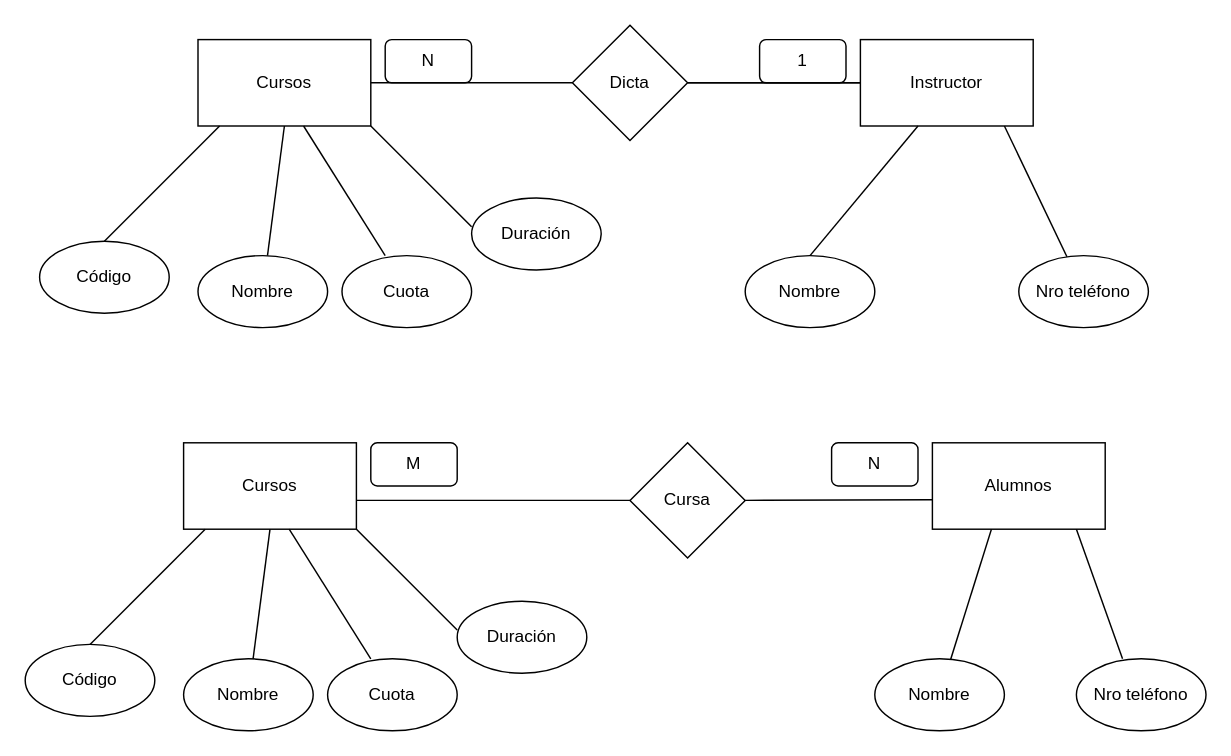
Earlier version of the draw.io diagram Diagrama sin título.drawio (kevinld93/Tienda). Source tidied: cells renumbered, new cells numbered last; positions are measured from the earlier drawing's top-left corner, leaving out a move shared by most shapes. Both pictures are drawn from the tidied source at 144%, with x=0, y=0 at pixel (24, 24).
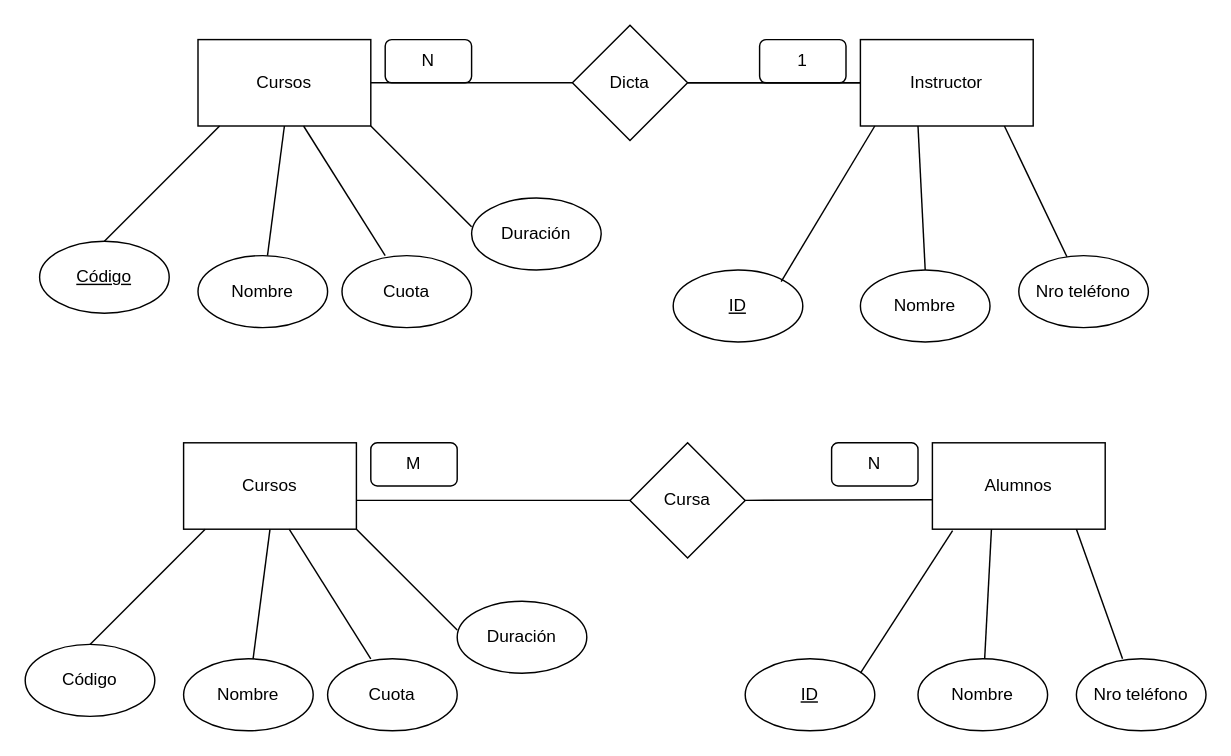
The same page after the edit.

Unchanged cells that the change refers to:
```xml
<mxCell id="9" value="Alumnos" style="rounded=0;whiteSpace=wrap;html=1;" parent="1" vertex="1">
  <mxGeometry x="630" y="290" width="120" height="60" as="geometry" />
</mxCell>
```

The edit, as a diff of the source:
```diff
@@
-    <mxCell id="3" value="Código" style="ellipse;whiteSpace=wrap;html=1;" parent="1" vertex="1">
+    <mxCell id="3" value="&lt;u&gt;Código&lt;/u&gt;" style="ellipse;whiteSpace=wrap;html=1;" parent="1" vertex="1">
       <mxGeometry x="10" y="150" width="90" height="50" as="geometry" />
     </mxCell>
@@
     <mxCell id="7" value="Nombre" style="ellipse;whiteSpace=wrap;html=1;" parent="1" vertex="1">
-      <mxGeometry x="500" y="160" width="90" height="50" as="geometry" />
+      <mxGeometry x="580" y="170" width="90" height="50" as="geometry" />
     </mxCell>
@@
     <mxCell id="10" value="Nombre" style="ellipse;whiteSpace=wrap;html=1;" parent="1" vertex="1">
-      <mxGeometry x="590" y="440" width="90" height="50" as="geometry" />
+      <mxGeometry x="620" y="440" width="90" height="50" as="geometry" />
     </mxCell>
@@
+    <mxCell id="41" value="&lt;u&gt;ID&lt;/u&gt;" style="ellipse;whiteSpace=wrap;html=1;" parent="1" vertex="1">
+      <mxGeometry x="450" y="170" width="90" height="50" as="geometry" />
+    </mxCell>
+    <mxCell id="42" style="endArrow=none;html=1;rounded=0;entryX=0.125;entryY=1.033;entryDx=0;entryDy=0;entryPerimeter=0;" parent="1" edge="1">
+      <mxGeometry relative="1" as="geometry">
+        <mxPoint x="525" y="178" as="sourcePoint" />
+        <mxPoint x="590" y="70" as="targetPoint" />
+      </mxGeometry>
+    </mxCell>
+    <mxCell id="43" value="&lt;u&gt;ID&lt;/u&gt;" style="ellipse;whiteSpace=wrap;html=1;" parent="1" vertex="1">
+      <mxGeometry x="500" y="440" width="90" height="50" as="geometry" />
+    </mxCell>
+    <mxCell id="44" style="endArrow=none;html=1;rounded=0;entryX=0.117;entryY=1.017;entryDx=0;entryDy=0;entryPerimeter=0;" parent="1" edge="1" target="9">
+      <mxGeometry relative="1" as="geometry">
+        <mxPoint x="580" y="450" as="sourcePoint" />
+      </mxGeometry>
+    </mxCell>
```
